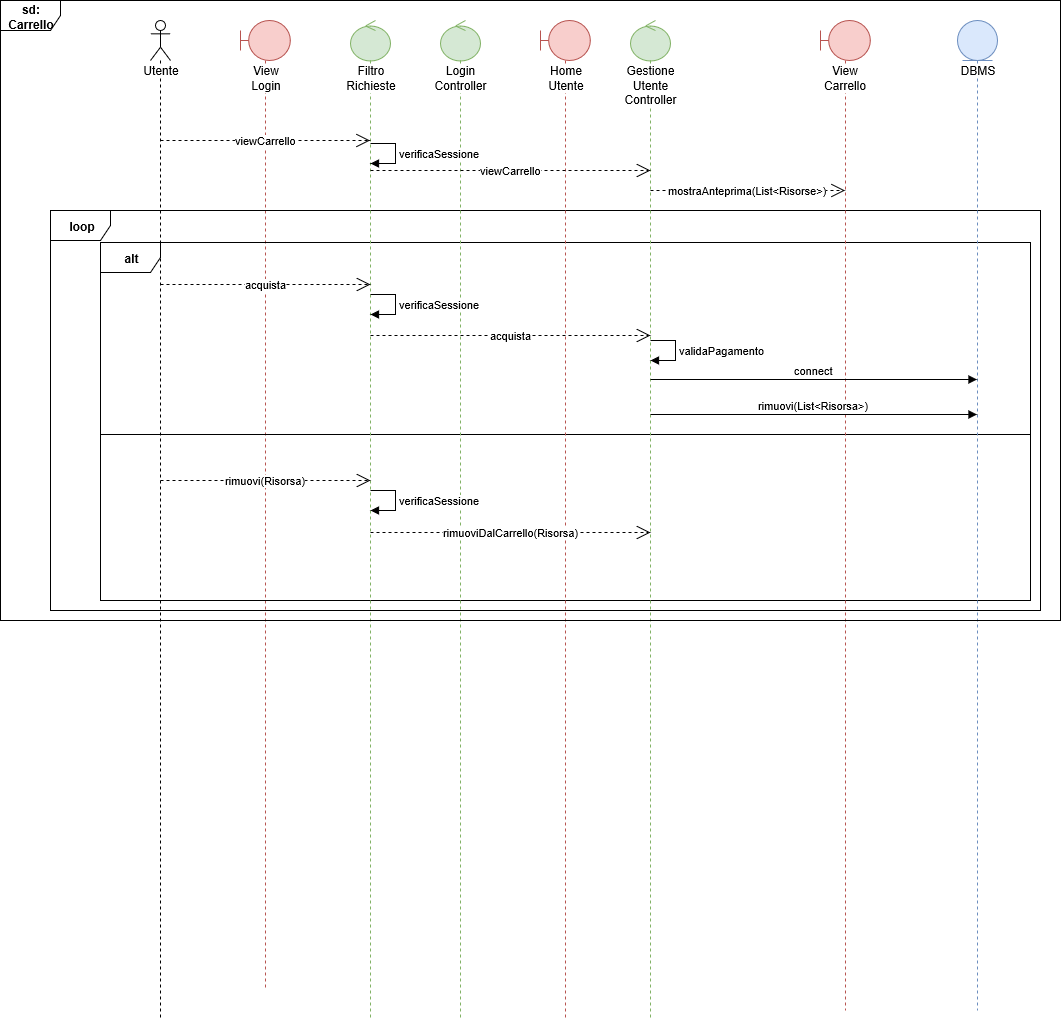
Earlier version of the draw.io export Relazione quasi completa/sdCarrello.png (SundavarBlaka/Alexandria). Source tidied: cells renumbered, new cells last; positions are measured from the earlier drawing's top-left corner, leaving out a move shared by most shapes.
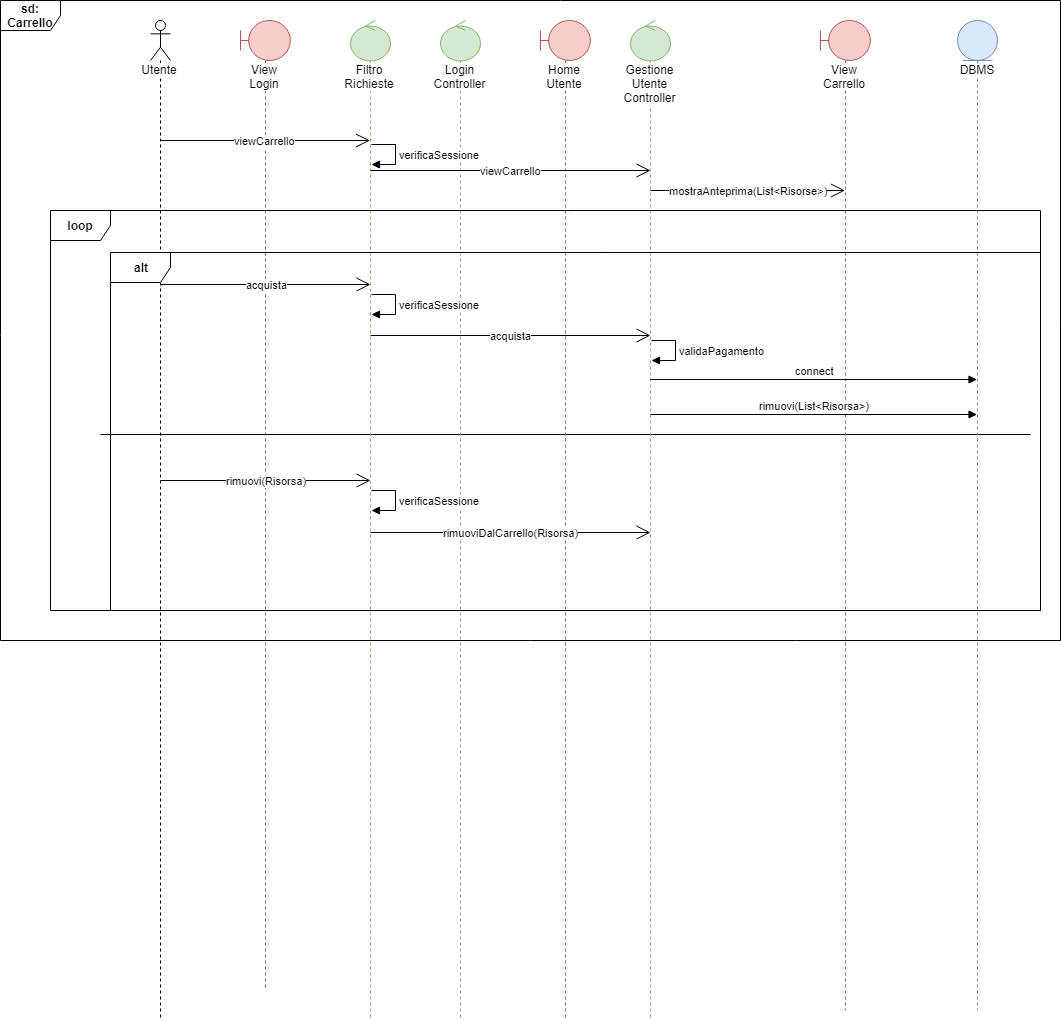
Later version of the same file.

Change to the diagram source:
```diff
@@ -8,15 +8,9 @@
     <mxCell id="3" value="View&lt;br&gt;Login&lt;br&gt;" style="shape=umlLifeline;participant=umlBoundary;perimeter=lifelinePerimeter;whiteSpace=wrap;html=1;verticalAlign=top;spacingTop=36;labelBackgroundColor=#ffffff;fillColor=#f8cecc;strokeColor=#b85450;" parent="1" vertex="1">
       <mxGeometry x="240" y="20" width="50" height="970" as="geometry" />
     </mxCell>
-    <mxCell id="4" value="&lt;b&gt;alt&lt;/b&gt;&lt;br&gt;" style="shape=umlFrame;whiteSpace=wrap;html=1;" parent="3" vertex="1">
-      <mxGeometry x="-140" y="222" width="930" height="358" as="geometry" />
-    </mxCell>
     <mxCell id="5" style="line;strokeWidth=1;fillColor=none;align=left;verticalAlign=middle;spacingTop=-1;spacingLeft=3;spacingRight=3;labelPosition=right;" parent="3" vertex="1">
       <mxGeometry x="-140" y="410" width="930" height="8" as="geometry" />
     </mxCell>
-    <mxCell id="6" value="&lt;b&gt;loop&lt;/b&gt;&lt;br&gt;" style="shape=umlFrame;whiteSpace=wrap;html=1;" parent="3" vertex="1">
-      <mxGeometry x="-190" y="190" width="990" height="400" as="geometry" />
-    </mxCell>
     <mxCell id="7" value="Filtro&lt;br&gt;Richieste&lt;br&gt;" style="shape=umlLifeline;participant=umlControl;perimeter=lifelinePerimeter;whiteSpace=wrap;html=1;verticalAlign=top;spacingTop=36;labelBackgroundColor=#ffffff;outlineConnect=0;fillColor=#d5e8d4;strokeColor=#82b366;" parent="1" vertex="1">
       <mxGeometry x="350" y="20" width="40" height="1000" as="geometry" />
     </mxCell>
@@ -32,17 +26,17 @@
     <mxCell id="11" value="View Carrello&lt;br&gt;" style="shape=umlLifeline;participant=umlBoundary;perimeter=lifelinePerimeter;whiteSpace=wrap;html=1;verticalAlign=top;spacingTop=36;labelBackgroundColor=#ffffff;outlineConnect=0;fillColor=#f8cecc;strokeColor=#b85450;" parent="1" vertex="1">
       <mxGeometry x="820" y="20" width="50" height="990" as="geometry" />
     </mxCell>
-    <mxCell id="12" value="mostraAnteprima(List&amp;lt;Risorse&amp;gt;)&lt;br&gt;" style="endArrow=open;endSize=12;dashed=1;html=1;" parent="11" edge="1" target="11">
+    <mxCell id="12" value="mostraAnteprima(List&amp;lt;Risorse&amp;gt;)&lt;br&gt;" style="endArrow=open;endSize=12;html=1;" parent="11" edge="1" target="11">
       <mxGeometry relative="1" as="geometry">
         <mxPoint x="-170" y="170" as="sourcePoint" />
       </mxGeometry>
     </mxCell>
-    <mxCell id="13" value="viewCarrello&lt;br&gt;" style="endArrow=open;endSize=12;dashed=1;html=1;" parent="1" edge="1" target="7">
+    <mxCell id="13" value="viewCarrello&lt;br&gt;" style="endArrow=open;endSize=12;html=1;" parent="1" edge="1" target="7">
       <mxGeometry relative="1" as="geometry">
         <mxPoint x="160" y="140" as="sourcePoint" />
       </mxGeometry>
     </mxCell>
-    <mxCell id="14" value="viewCarrello&lt;br&gt;" style="endArrow=open;endSize=12;dashed=1;html=1;" parent="1" edge="1">
+    <mxCell id="14" value="viewCarrello&lt;br&gt;" style="endArrow=open;endSize=12;html=1;" parent="1" edge="1">
       <mxGeometry relative="1" as="geometry">
         <mxPoint x="370" y="170" as="sourcePoint" />
         <mxPoint x="650" y="170" as="targetPoint" />
@@ -60,7 +54,7 @@
     <mxCell id="16" value="DBMS" style="shape=umlLifeline;participant=umlEntity;perimeter=lifelinePerimeter;whiteSpace=wrap;html=1;verticalAlign=top;spacingTop=36;labelBackgroundColor=#ffffff;fillColor=#dae8fc;strokeColor=#6c8ebf;" parent="1" vertex="1">
       <mxGeometry x="957" y="20" width="40" height="990" as="geometry" />
     </mxCell>
-    <mxCell id="17" value="acquista&lt;br&gt;" style="endArrow=open;endSize=12;dashed=1;html=1;" parent="1" edge="1">
+    <mxCell id="17" value="acquista&lt;br&gt;" style="endArrow=open;endSize=12;html=1;" parent="1" edge="1">
       <mxGeometry relative="1" as="geometry">
         <mxPoint x="160" y="284" as="sourcePoint" />
         <mxPoint x="370" y="284" as="targetPoint" />
@@ -75,7 +69,7 @@
         </Array>
       </mxGeometry>
     </mxCell>
-    <mxCell id="19" value="acquista&lt;br&gt;" style="endArrow=open;endSize=12;dashed=1;html=1;" parent="1" edge="1">
+    <mxCell id="19" value="acquista&lt;br&gt;" style="endArrow=open;endSize=12;html=1;" parent="1" edge="1">
       <mxGeometry relative="1" as="geometry">
         <mxPoint x="370" y="335" as="sourcePoint" />
         <mxPoint x="650" y="335" as="targetPoint" />
@@ -102,7 +96,7 @@
         <mxPoint x="976.5" y="414" as="targetPoint" />
       </mxGeometry>
     </mxCell>
-    <mxCell id="23" value="rimuovi(Risorsa)&lt;br&gt;" style="endArrow=open;endSize=12;dashed=1;html=1;" parent="1" edge="1">
+    <mxCell id="23" value="rimuovi(Risorsa)&lt;br&gt;" style="endArrow=open;endSize=12;html=1;" parent="1" edge="1">
       <mxGeometry relative="1" as="geometry">
         <mxPoint x="160" y="480" as="sourcePoint" />
         <mxPoint x="370" y="480" as="targetPoint" />
@@ -117,14 +111,20 @@
         </Array>
       </mxGeometry>
     </mxCell>
-    <mxCell id="25" value="rimuoviDalCarrello(Risorsa)&lt;br&gt;" style="endArrow=open;endSize=12;dashed=1;html=1;" parent="1" edge="1">
+    <mxCell id="25" value="rimuoviDalCarrello(Risorsa)&lt;br&gt;" style="endArrow=open;endSize=12;html=1;" parent="1" edge="1">
       <mxGeometry relative="1" as="geometry">
         <mxPoint x="370" y="532" as="sourcePoint" />
         <mxPoint x="650" y="532" as="targetPoint" />
       </mxGeometry>
     </mxCell>
     <mxCell id="26" value="&lt;b&gt;sd: Carrello&lt;/b&gt;&lt;br&gt;" style="shape=umlFrame;whiteSpace=wrap;html=1;" parent="1" vertex="1">
-      <mxGeometry width="1060" height="620" as="geometry" />
+      <mxGeometry width="1060" height="640" as="geometry" />
     </mxCell>
+    <mxCell id="4" value="&lt;b&gt;alt&lt;/b&gt;&lt;br&gt;" style="shape=umlFrame;whiteSpace=wrap;html=1;" parent="1" vertex="1">
+      <mxGeometry x="110" y="252" width="930" height="358" as="geometry" />
+    </mxCell>
+    <mxCell id="6" value="&lt;b&gt;loop&lt;/b&gt;&lt;br&gt;" style="shape=umlFrame;whiteSpace=wrap;html=1;" parent="1" vertex="1">
+      <mxGeometry x="50" y="210" width="990" height="400" as="geometry" />
+    </mxCell>
   </root>
 </mxGraphModel>
```
